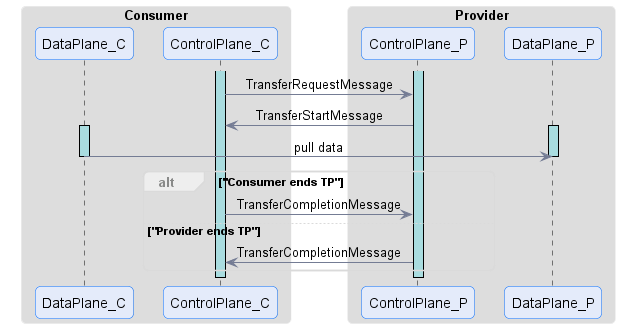
Above: transfer/figures/pull-transfer-process.png in International-Data-Spaces-Association/ids-specification (PlantUML), before the change.
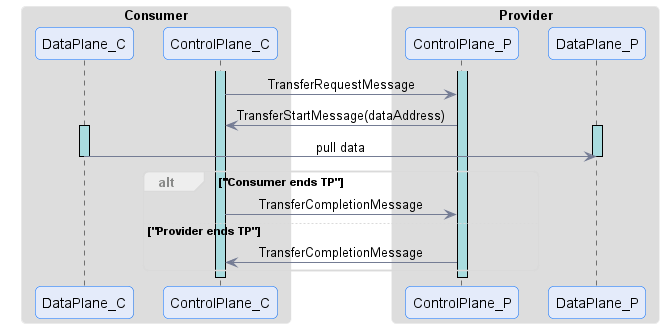
Above is the later version.

Commit message:
chore: add dataAddress to sequence diagrams

Diff of the diagram source:
```diff
@@ -22,7 +22,7 @@
 
 ControlPlane_C -> ControlPlane_P : TransferRequestMessage
 
-ControlPlane_P -> ControlPlane_C : TransferStartMessage
+ControlPlane_P -> ControlPlane_C : TransferStartMessage(dataAddress)
 
 activate DataPlane_C
 activate DataPlane_P
```
